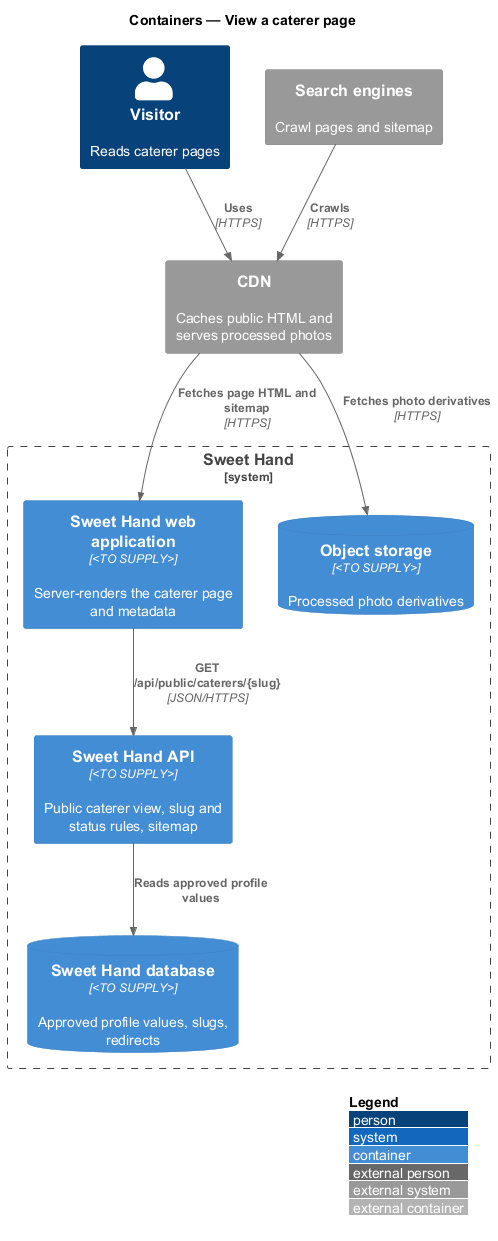
QuinntyneBrown/sweet-hand keeps this PlantUML diagram as docs/detailed-designs/discovery/view-caterer-page/diagrams/c4-container.png. Above is the earlier version. The source it was exported from:
```plantuml
@startuml
!include <C4/C4_Container>
LAYOUT_WITH_LEGEND()
title Containers — View a caterer page

Person(visitor, "Visitor", "Reads caterer pages")
System_Ext(cdn, "CDN", "Caches public HTML and serves processed photos")
System_Ext(search, "Search engines", "Crawl pages and sitemap")
System_Boundary(sweethand, "Sweet Hand") {
  Container(web, "Sweet Hand web application", "<TO SUPPLY>", "Server-renders the caterer page and metadata")
  Container(api, "Sweet Hand API", "<TO SUPPLY>", "Public caterer view, slug and status rules, sitemap")
  ContainerDb(db, "Sweet Hand database", "<TO SUPPLY>", "Approved profile values, slugs, redirects")
  ContainerDb(storage, "Object storage", "<TO SUPPLY>", "Processed photo derivatives")
}
Rel(visitor, cdn, "Uses", "HTTPS")
Rel(search, cdn, "Crawls", "HTTPS")
Rel(cdn, web, "Fetches page HTML and sitemap", "HTTPS")
Rel(cdn, storage, "Fetches photo derivatives", "HTTPS")
Rel(web, api, "GET /api/public/caterers/{slug}", "JSON/HTTPS")
Rel(api, db, "Reads approved profile values")
@enduml
```
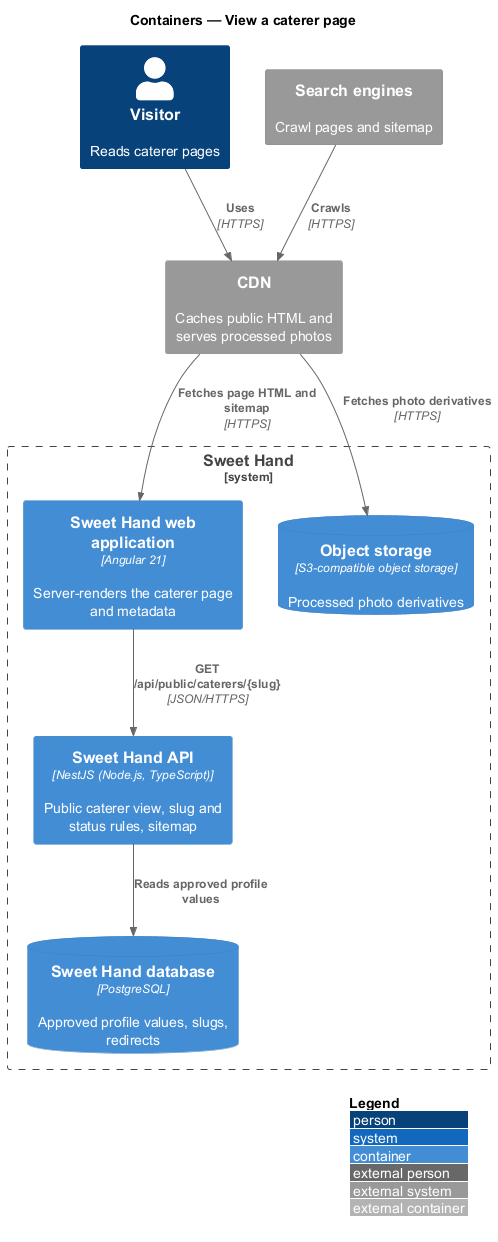
The same diagram one commit later.

What changed in the source:
```diff
@@ -7,10 +7,10 @@
 System_Ext(cdn, "CDN", "Caches public HTML and serves processed photos")
 System_Ext(search, "Search engines", "Crawl pages and sitemap")
 System_Boundary(sweethand, "Sweet Hand") {
-  Container(web, "Sweet Hand web application", "<TO SUPPLY>", "Server-renders the caterer page and metadata")
-  Container(api, "Sweet Hand API", "<TO SUPPLY>", "Public caterer view, slug and status rules, sitemap")
-  ContainerDb(db, "Sweet Hand database", "<TO SUPPLY>", "Approved profile values, slugs, redirects")
-  ContainerDb(storage, "Object storage", "<TO SUPPLY>", "Processed photo derivatives")
+  Container(web, "Sweet Hand web application", "Angular 21", "Server-renders the caterer page and metadata")
+  Container(api, "Sweet Hand API", "NestJS (Node.js, TypeScript)", "Public caterer view, slug and status rules, sitemap")
+  ContainerDb(db, "Sweet Hand database", "PostgreSQL", "Approved profile values, slugs, redirects")
+  ContainerDb(storage, "Object storage", "S3-compatible object storage", "Processed photo derivatives")
 }
 Rel(visitor, cdn, "Uses", "HTTPS")
 Rel(search, cdn, "Crawls", "HTTPS")
```
